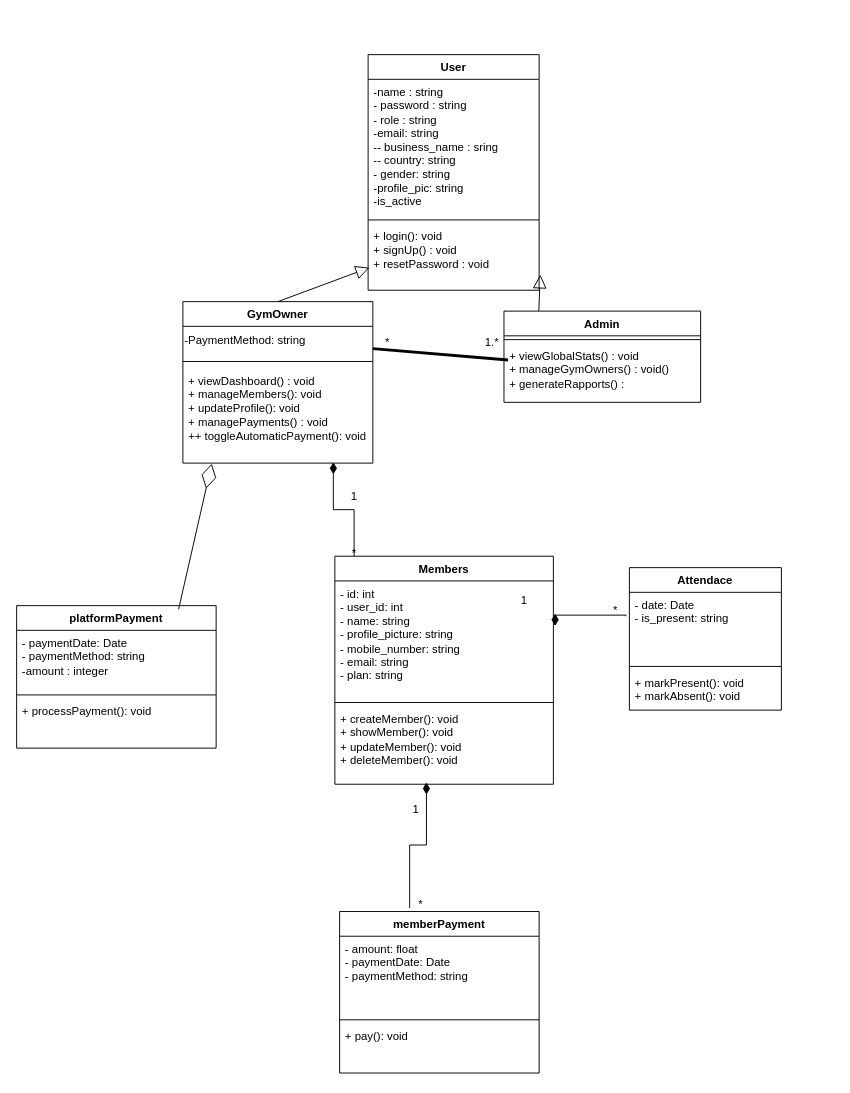
anasHammaoui/GymMinder-SaaS keeps this draw.io diagram as diagrams/class.drawio. Above is the earlier version. Source tidied: cells renumbered, new cells numbered last; positions are measured from the earlier drawing's top-left corner, leaving out a move shared by most shapes. Both pictures are drawn from the tidied source at 95%, with x=0, y=0 at pixel (16, 54).
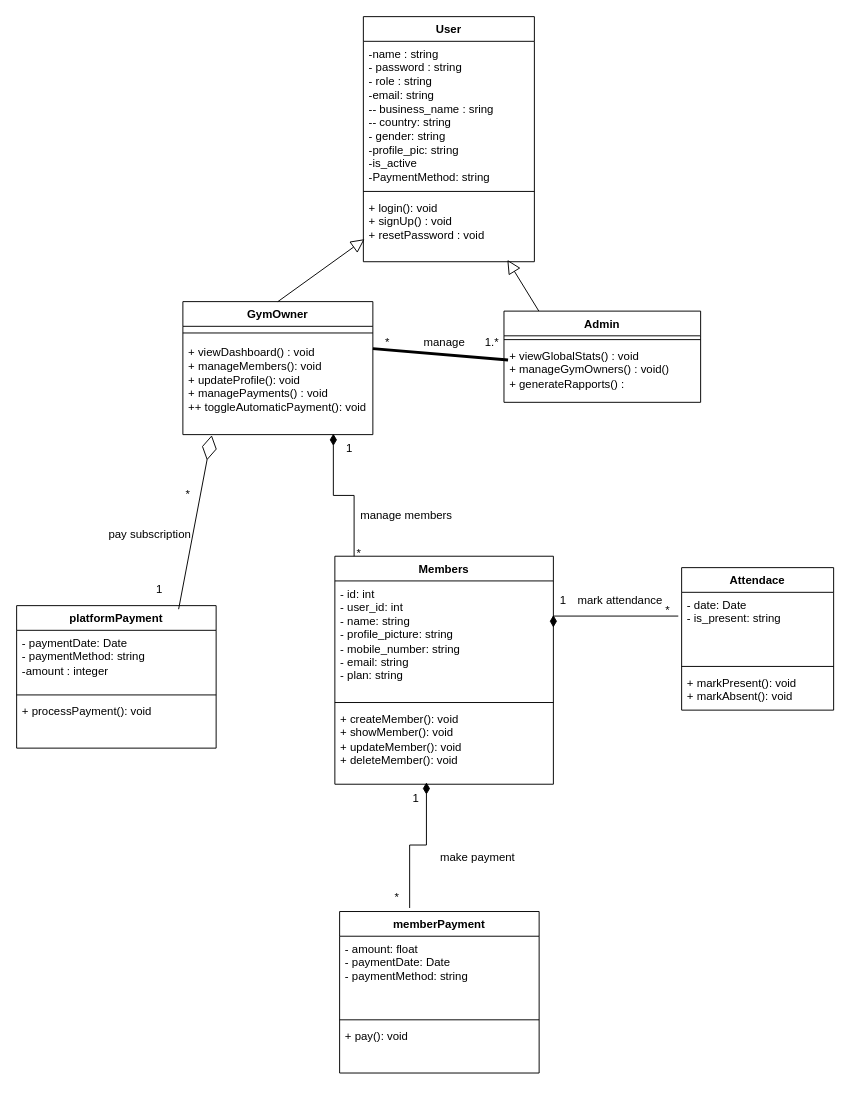
Above is the later version.

Commit message (it also covers changes not shown here):
fix class diagram

The change refers to these unchanged cells:
```xml
<mxCell id="6" value="Admin" style="swimlane;fontStyle=1;align=center;verticalAlign=top;horizontal=1;startSize=26;whiteSpace=wrap;html=1;" parent="1" vertex="1">
  <mxGeometry x="513" y="270" width="207" height="96" as="geometry" />
</mxCell>
<mxCell id="10" value="&lt;div&gt;&lt;span style=&quot;background-color: transparent; color: light-dark(rgb(0, 0, 0), rgb(255, 255, 255));&quot;&gt;- date: Date&amp;nbsp; &amp;nbsp; &amp;nbsp; &amp;nbsp; &amp;nbsp; &amp;nbsp; &amp;nbsp; &amp;nbsp; &amp;nbsp; &amp;nbsp; &amp;nbsp;&amp;nbsp;&lt;/span&gt;&lt;/div&gt;&lt;div&gt;- is_present: string&lt;/div&gt;" style="text;strokeColor=none;fillColor=none;align=left;verticalAlign=top;spacingLeft=4;spacingRight=4;overflow=hidden;points=[[0,0.5],[1,0.5]];portConstraint=eastwest;whiteSpace=wrap;html=1;" parent="9" vertex="1">
  <mxGeometry y="26" width="160" height="74" as="geometry" />
</mxCell>
<mxCell id="14" value="&lt;div&gt;&lt;div&gt;&lt;div&gt;- id: int&lt;/div&gt;&lt;div&gt;- user_id: int&lt;/div&gt;&lt;div&gt;- name: string&lt;/div&gt;&lt;div&gt;- profile_picture: string&lt;/div&gt;&lt;div&gt;- mobile_number: string&lt;/div&gt;&lt;div&gt;- email: string&lt;/div&gt;&lt;div&gt;- plan: string&lt;/div&gt;&lt;/div&gt;&lt;/div&gt;" style="text;strokeColor=none;fillColor=none;align=left;verticalAlign=top;spacingLeft=4;spacingRight=4;overflow=hidden;points=[[0,0.5],[1,0.5]];portConstraint=eastwest;whiteSpace=wrap;html=1;" parent="13" vertex="1">
  <mxGeometry y="26" width="230" height="124" as="geometry" />
</mxCell>
<mxCell id="40" value="1.*" style="text;html=1;align=center;verticalAlign=middle;points=[];strokeColor=none;fillColor=none;" parent="1" vertex="1">
  <mxGeometry x="480" y="288" width="40" height="30" as="geometry" />
</mxCell>
```

The edit, as a diff of the source:
```diff
@@
     <mxCell id="2" value="GymOwner" style="swimlane;fontStyle=1;align=center;verticalAlign=top;horizontal=1;startSize=26;whiteSpace=wrap;html=1;" parent="1" vertex="1">
-      <mxGeometry x="175" y="260" width="200" height="170" as="geometry" />
+      <mxGeometry x="175" y="260" width="200" height="140" as="geometry" />
     </mxCell>
-    <mxCell id="3" value="&lt;div&gt;-PaymentMethod: string&lt;/div&gt;" style="text;html=1;align=left;verticalAlign=middle;points=[];strokeColor=none;fillColor=none;" parent="2" vertex="1">
-      <mxGeometry y="26" width="200" height="30" as="geometry" />
-    </mxCell>
-    <mxCell id="4" style="line;strokeWidth=1;fillColor=none;align=left;verticalAlign=middle;spacingTop=-1;spacingLeft=3;spacingRight=3;labelPosition=right;strokeColor=inherit;" parent="2" vertex="1">
-      <mxGeometry y="56" width="200" height="14" as="geometry" />
-    </mxCell>
+    <mxCell id="44" style="line;strokeWidth=1;fillColor=none;align=left;verticalAlign=middle;spacingTop=-1;spacingLeft=3;spacingRight=3;labelPosition=right;strokeColor=inherit;" parent="2" vertex="1">
+      <mxGeometry y="26" width="200" height="14" as="geometry" />
+    </mxCell>
     <mxCell id="5" value="+ viewDashboard() : void&lt;div&gt;+ manageMembers(): void&lt;/div&gt;&lt;div&gt;+ updateProfile(): void&lt;/div&gt;&lt;div&gt;+ managePayments() : void&lt;/div&gt;&lt;div&gt;+&lt;span style=&quot;background-color: transparent; color: light-dark(rgb(0, 0, 0), rgb(255, 255, 255));&quot;&gt;+ toggleAutomaticPayment(): void&lt;/span&gt;&lt;/div&gt;" style="text;strokeColor=none;fillColor=none;align=left;verticalAlign=top;spacingLeft=4;spacingRight=4;overflow=hidden;points=[[0,0.5],[1,0.5]];portConstraint=eastwest;whiteSpace=wrap;html=1;" parent="2" vertex="1">
-      <mxGeometry y="70" width="200" height="100" as="geometry" />
+      <mxGeometry y="40" width="200" height="100" as="geometry" />
     </mxCell>
@@
     <mxCell id="9" value="Attendace" style="swimlane;fontStyle=1;align=center;verticalAlign=top;horizontal=1;startSize=26;whiteSpace=wrap;html=1;" parent="1" vertex="1">
-      <mxGeometry x="645" y="540" width="160" height="150" as="geometry" />
+      <mxGeometry x="700" y="540" width="160" height="150" as="geometry" />
     </mxCell>
@@
     <mxCell id="17" value="User" style="swimlane;fontStyle=1;align=center;verticalAlign=top;horizontal=1;startSize=26;whiteSpace=wrap;html=1;" parent="1" vertex="1">
-      <mxGeometry x="370" width="180" height="248" as="geometry" />
+      <mxGeometry x="365" y="-40" width="180" height="258" as="geometry" />
     </mxCell>
-    <mxCell id="18" value="&lt;div&gt;-name : string&lt;/div&gt;&lt;div&gt;- password : string&lt;/div&gt;&lt;div&gt;- role : string&lt;/div&gt;&lt;div&gt;-email: string&lt;/div&gt;&lt;div&gt;-&lt;span style=&quot;background-color: transparent; color: light-dark(rgb(0, 0, 0), rgb(255, 255, 255));&quot;&gt;- business_name : sring&lt;/span&gt;&lt;/div&gt;&lt;div&gt;-&lt;span style=&quot;background-color: transparent; color: light-dark(rgb(0, 0, 0), rgb(255, 255, 255));&quot;&gt;- country: string&lt;/span&gt;&lt;/div&gt;&lt;div&gt;&lt;span style=&quot;background-color: transparent; color: light-dark(rgb(0, 0, 0), rgb(255, 255, 255));&quot;&gt;- gender: string&lt;/span&gt;&lt;/div&gt;&lt;div&gt;&lt;span style=&quot;background-color: transparent; color: light-dark(rgb(0, 0, 0), rgb(255, 255, 255));&quot;&gt;-profile_pic: string&lt;/span&gt;&lt;/div&gt;&lt;div&gt;&lt;span style=&quot;background-color: transparent; color: light-dark(rgb(0, 0, 0), rgb(255, 255, 255));&quot;&gt;-is_active&lt;/span&gt;&lt;/div&gt;" style="text;strokeColor=none;fillColor=none;align=left;verticalAlign=top;spacingLeft=4;spacingRight=4;overflow=hidden;whiteSpace=wrap;html=1;" parent="17" vertex="1">
-      <mxGeometry y="26" width="180" height="144" as="geometry" />
-    </mxCell>
-    <mxCell id="19" style="line;strokeWidth=1;fillColor=none;align=left;verticalAlign=middle;spacingTop=-1;spacingLeft=3;spacingRight=3;labelPosition=right;strokeColor=inherit;" parent="17" vertex="1">
-      <mxGeometry y="170" width="180" height="8" as="geometry" />
-    </mxCell>
+    <mxCell id="45" value="&lt;div&gt;-name : string&lt;/div&gt;&lt;div&gt;- password : string&lt;/div&gt;&lt;div&gt;- role : string&lt;/div&gt;&lt;div&gt;-email: string&lt;/div&gt;&lt;div&gt;-&lt;span style=&quot;background-color: transparent; color: light-dark(rgb(0, 0, 0), rgb(255, 255, 255));&quot;&gt;- business_name : sring&lt;/span&gt;&lt;/div&gt;&lt;div&gt;-&lt;span style=&quot;background-color: transparent; color: light-dark(rgb(0, 0, 0), rgb(255, 255, 255));&quot;&gt;- country: string&lt;/span&gt;&lt;/div&gt;&lt;div&gt;&lt;span style=&quot;background-color: transparent; color: light-dark(rgb(0, 0, 0), rgb(255, 255, 255));&quot;&gt;- gender: string&lt;/span&gt;&lt;/div&gt;&lt;div&gt;&lt;span style=&quot;background-color: transparent; color: light-dark(rgb(0, 0, 0), rgb(255, 255, 255));&quot;&gt;-profile_pic: string&lt;/span&gt;&lt;/div&gt;&lt;div&gt;&lt;span style=&quot;background-color: transparent; color: light-dark(rgb(0, 0, 0), rgb(255, 255, 255));&quot;&gt;-is_active&lt;/span&gt;&lt;/div&gt;&lt;div&gt;&lt;span style=&quot;text-wrap-mode: nowrap;&quot;&gt;-PaymentMethod: string&lt;/span&gt;&lt;span style=&quot;background-color: transparent; color: light-dark(rgb(0, 0, 0), rgb(255, 255, 255));&quot;&gt;&lt;/span&gt;&lt;/div&gt;" style="text;strokeColor=none;fillColor=none;align=left;verticalAlign=top;spacingLeft=4;spacingRight=4;overflow=hidden;whiteSpace=wrap;html=1;" parent="17" vertex="1">
+      <mxGeometry y="26" width="180" height="154" as="geometry" />
+    </mxCell>
+    <mxCell id="46" style="line;strokeWidth=1;fillColor=none;align=left;verticalAlign=middle;spacingTop=-1;spacingLeft=3;spacingRight=3;labelPosition=right;strokeColor=inherit;" parent="17" vertex="1">
+      <mxGeometry y="180" width="180" height="8" as="geometry" />
+    </mxCell>
     <mxCell id="20" value="+ login(): void&lt;div&gt;+ signUp() : void&lt;/div&gt;&lt;div&gt;+ resetPassword : void&lt;/div&gt;" style="text;strokeColor=none;fillColor=none;align=left;verticalAlign=top;spacingLeft=4;spacingRight=4;overflow=hidden;points=[[0,0.5],[1,0.5]];portConstraint=eastwest;whiteSpace=wrap;html=1;" parent="17" vertex="1">
-      <mxGeometry y="178" width="180" height="70" as="geometry" />
+      <mxGeometry y="188" width="180" height="70" as="geometry" />
     </mxCell>
@@
-    <mxCell id="26" style="edgeStyle=none;html=1;endSize=12;endArrow=block;endFill=0;rounded=0;exitX=0.177;exitY=-0.001;exitDx=0;exitDy=0;entryX=1.007;entryY=0.765;entryDx=0;entryDy=0;entryPerimeter=0;exitPerimeter=0;" parent="1" edge="1" source="6" target="20">
+    <mxCell id="26" style="edgeStyle=none;html=1;endSize=12;endArrow=block;endFill=0;rounded=0;exitX=0.177;exitY=-0.001;exitDx=0;exitDy=0;entryX=0.842;entryY=0.972;entryDx=0;entryDy=0;entryPerimeter=0;exitPerimeter=0;" parent="1" edge="1" source="6" target="20">
       <mxGeometry relative="1" as="geometry" />
     </mxCell>
-    <mxCell id="27" style="html=1;startArrow=diamondThin;startFill=1;edgeStyle=elbowEdgeStyle;elbow=vertical;startSize=10;endArrow=none;endFill=0;rounded=0;entryX=-0.022;entryY=0.341;entryDx=0;entryDy=0;entryPerimeter=0;exitX=1.008;exitY=0.277;exitDx=0;exitDy=0;exitPerimeter=0;" parent="1" edge="1" source="14" target="10">
+    <mxCell id="27" style="html=1;startArrow=diamondThin;startFill=1;edgeStyle=elbowEdgeStyle;elbow=vertical;startSize=10;endArrow=none;endFill=0;rounded=0;entryX=-0.022;entryY=0.341;entryDx=0;entryDy=0;entryPerimeter=0;exitX=1;exitY=0.29;exitDx=0;exitDy=0;exitPerimeter=0;" parent="1" edge="1" source="14" target="10">
       <mxGeometry relative="1" as="geometry" />
     </mxCell>
@@
-    <mxCell id="35" value="*" style="text;html=1;align=center;verticalAlign=middle;strokeColor=none;fillColor=none;" parent="1" vertex="1">
-      <mxGeometry x="340" y="510" width="30" height="30" as="geometry" />
-    </mxCell>
-    <mxCell id="36" value="1" style="text;html=1;align=center;verticalAlign=middle;strokeColor=none;fillColor=none;" parent="1" vertex="1">
-      <mxGeometry x="340" y="450" width="30" height="30" as="geometry" />
-    </mxCell>
-    <mxCell id="37" value="1" style="text;html=1;align=center;verticalAlign=middle;strokeColor=none;fillColor=none;" parent="1" vertex="1">
-      <mxGeometry x="519" y="560" width="30" height="30" as="geometry" />
-    </mxCell>
-    <mxCell id="38" value="*" style="text;html=1;align=center;verticalAlign=middle;strokeColor=none;fillColor=none;" parent="1" vertex="1">
-      <mxGeometry x="615" y="570" width="30" height="30" as="geometry" />
-    </mxCell>
-    <mxCell id="39" value="*" style="text;html=1;align=center;verticalAlign=middle;strokeColor=none;fillColor=none;" parent="1" vertex="1">
-      <mxGeometry x="375" y="288" width="30" height="30" as="geometry" />
-    </mxCell>
+    <mxCell id="47" value="*" style="text;html=1;align=center;verticalAlign=middle;strokeColor=none;fillColor=none;" parent="1" vertex="1">
+      <mxGeometry x="345" y="510" width="30" height="30" as="geometry" />
+    </mxCell>
+    <mxCell id="48" value="1" style="text;html=1;align=center;verticalAlign=middle;strokeColor=none;fillColor=none;" parent="1" vertex="1">
+      <mxGeometry x="335" y="400" width="30" height="30" as="geometry" />
+    </mxCell>
+    <mxCell id="49" value="1" style="text;html=1;align=center;verticalAlign=middle;strokeColor=none;fillColor=none;" parent="1" vertex="1">
+      <mxGeometry x="560" y="560" width="30" height="30" as="geometry" />
+    </mxCell>
+    <mxCell id="50" value="*" style="text;html=1;align=center;verticalAlign=middle;strokeColor=none;fillColor=none;" parent="1" vertex="1">
+      <mxGeometry x="670" y="570" width="30" height="30" as="geometry" />
+    </mxCell>
+    <mxCell id="51" value="*" style="text;html=1;align=center;verticalAlign=middle;strokeColor=none;fillColor=none;" parent="1" vertex="1">
+      <mxGeometry x="375" y="288" width="30" height="30" as="geometry" />
+    </mxCell>
@@
-    <mxCell id="41" value="1" style="text;html=1;align=center;verticalAlign=middle;strokeColor=none;fillColor=none;" parent="1" vertex="1">
-      <mxGeometry x="405" y="780" width="30" height="30" as="geometry" />
-    </mxCell>
-    <mxCell id="42" value="*" style="text;html=1;align=center;verticalAlign=middle;strokeColor=none;fillColor=none;" parent="1" vertex="1">
-      <mxGeometry x="410" y="880" width="30" height="30" as="geometry" />
-    </mxCell>
-    <mxCell id="43" style="endArrow=none;startArrow=none;endFill=0;startFill=0;endSize=8;html=1;verticalAlign=bottom;labelBackgroundColor=none;strokeWidth=3;rounded=0;entryX=0.932;entryY=1.116;entryDx=0;entryDy=0;entryPerimeter=0;" parent="1" edge="1" source="3" target="40">
-      <mxGeometry relative="1" as="geometry" />
-    </mxCell>
+    <mxCell id="52" value="1" style="text;html=1;align=center;verticalAlign=middle;strokeColor=none;fillColor=none;" parent="1" vertex="1">
+      <mxGeometry x="405" y="768" width="30" height="30" as="geometry" />
+    </mxCell>
+    <mxCell id="53" style="endArrow=none;startArrow=none;endFill=0;startFill=0;endSize=8;html=1;verticalAlign=bottom;labelBackgroundColor=none;strokeWidth=3;rounded=0;entryX=0.932;entryY=1.116;entryDx=0;entryDy=0;entryPerimeter=0;" parent="1" edge="1" target="40">
+      <mxGeometry relative="1" as="geometry">
+        <mxPoint x="375" y="309.5" as="sourcePoint" />
+      </mxGeometry>
+    </mxCell>
+    <mxCell id="54" value="manage" style="text;html=1;align=center;verticalAlign=middle;strokeColor=none;fillColor=none;" parent="1" vertex="1">
+      <mxGeometry x="415" y="288" width="70" height="30" as="geometry" />
+    </mxCell>
+    <mxCell id="55" value="*" style="text;html=1;align=center;verticalAlign=middle;strokeColor=none;fillColor=none;" parent="1" vertex="1">
+      <mxGeometry x="165" y="448" width="30" height="30" as="geometry" />
+    </mxCell>
+    <mxCell id="56" value="1" style="text;html=1;align=center;verticalAlign=middle;strokeColor=none;fillColor=none;" parent="1" vertex="1">
+      <mxGeometry x="135" y="548" width="30" height="30" as="geometry" />
+    </mxCell>
+    <mxCell id="57" value="*" style="text;html=1;align=center;verticalAlign=middle;strokeColor=none;fillColor=none;" parent="1" vertex="1">
+      <mxGeometry x="385" y="872" width="30" height="30" as="geometry" />
+    </mxCell>
+    <mxCell id="58" value="pay subscription" style="text;html=1;align=center;verticalAlign=middle;strokeColor=none;fillColor=none;" parent="1" vertex="1">
+      <mxGeometry x="85" y="490" width="110" height="30" as="geometry" />
+    </mxCell>
+    <mxCell id="59" value="make payment" style="text;html=1;align=center;verticalAlign=middle;strokeColor=none;fillColor=none;" parent="1" vertex="1">
+      <mxGeometry x="435" y="830" width="100" height="30" as="geometry" />
+    </mxCell>
+    <mxCell id="60" value="mark attendance" style="text;html=1;align=center;verticalAlign=middle;strokeColor=none;fillColor=none;" parent="1" vertex="1">
+      <mxGeometry x="580" y="560" width="110" height="30" as="geometry" />
+    </mxCell>
+    <mxCell id="61" value="manage members" style="text;html=1;align=center;verticalAlign=middle;strokeColor=none;fillColor=none;" parent="1" vertex="1">
+      <mxGeometry x="350" y="470" width="120" height="30" as="geometry" />
+    </mxCell>
```
